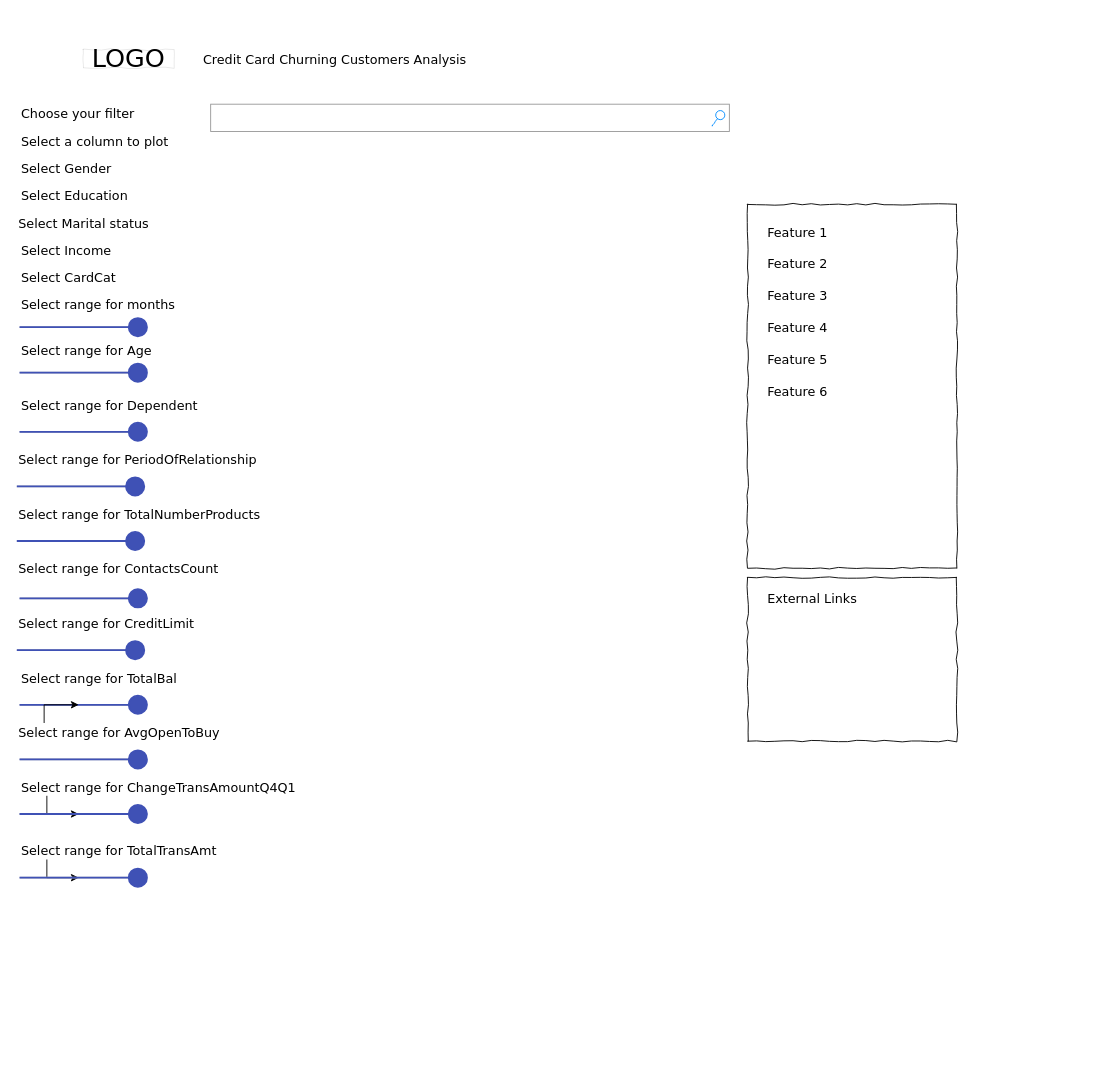
The draw.io diagram Untitled Diagram.drawio in anag23039/BigData-DV, before the edit. Source tidied: cells renumbered, new cells numbered last; positions are measured from the earlier drawing's top-left corner, leaving out a move shared by most shapes. Both pictures are drawn from the tidied source at 91%, with x=0, y=0 at pixel (16, 49). Pictures stored in the file or linked from it are replaced by grey dashed boxes.
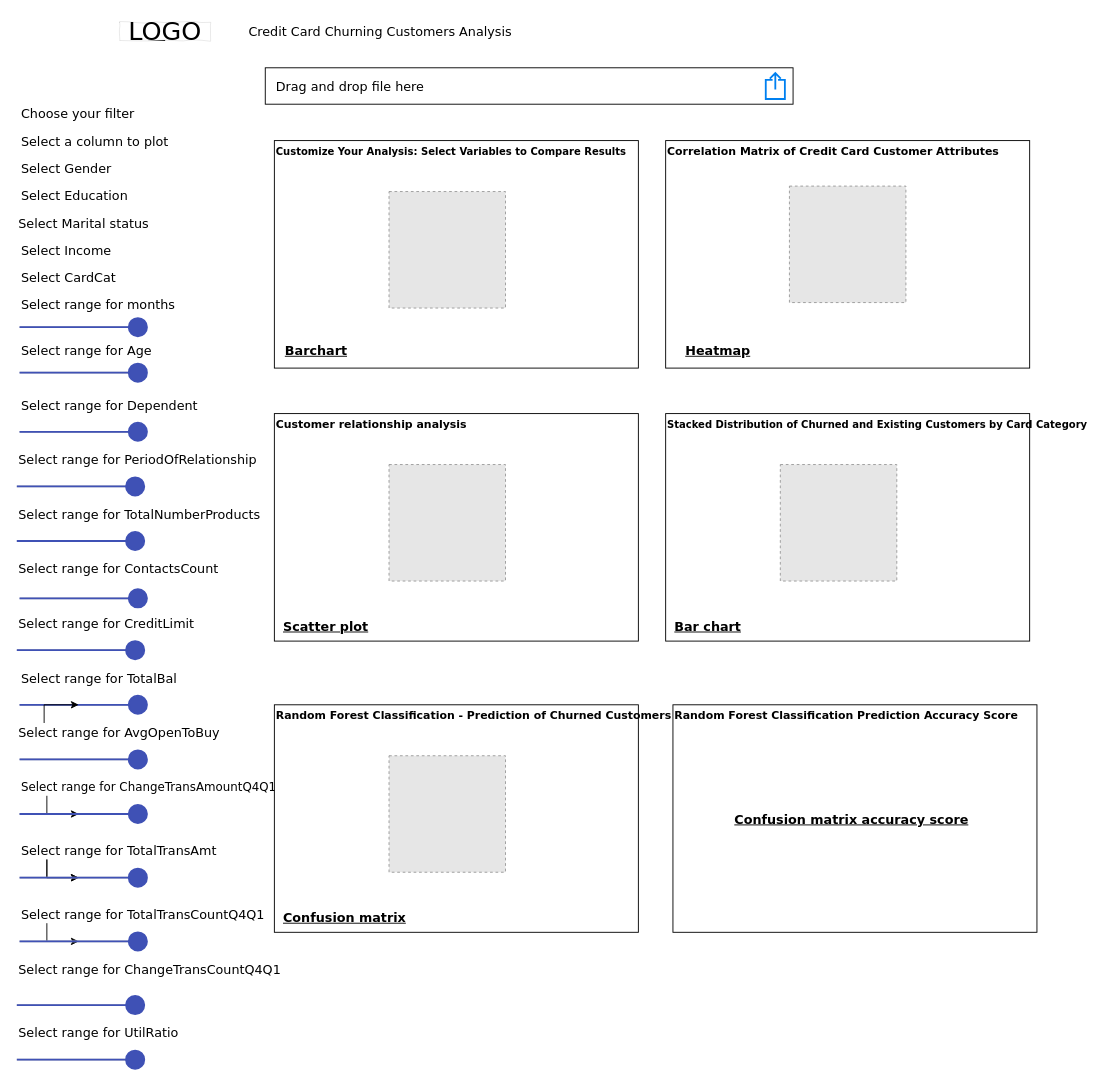
After the change.

Unchanged cells that the change refers to:
```xml
<mxCell id="44" value="Select range for TotalTransAmt" style="text;html=1;points=[];align=left;verticalAlign=top;spacingTop=-4;fontSize=14;fontFamily=Verdana;" parent="1" vertex="1">
  <mxGeometry x="3" y="870" width="60" height="20" as="geometry" />
</mxCell>
<mxCell id="45" style="dashed=0;verticalLabelPosition=bottom;verticalAlign=top;align=center;shape=mxgraph.gmdl.slider2;barPos=100;strokeColor=#3F51B5;opacity=100;strokeWidth=2;fillColor=#3F51B5;handleSize=20;shadow=0;html=1;" parent="1" vertex="1">
  <mxGeometry x="3" y="900" width="130" height="20" as="geometry" />
</mxCell>
```

The edit, as a diff of the source:
```diff
@@
+    <mxCell id="46" style="edgeStyle=orthogonalEdgeStyle;rounded=0;jettySize=auto;html=1;exitX=0.5;exitY=1;exitDx=0;exitDy=0;" parent="1" edge="1" source="2">
+      <mxGeometry relative="1" as="geometry">
+        <mxPoint x="133" y="-30" as="targetPoint" />
+      </mxGeometry>
+    </mxCell>
     <mxCell id="2" value="LOGO" style="whiteSpace=wrap;html=1;rounded=0;shadow=0;labelBackgroundColor=none;strokeWidth=0;fontFamily=Verdana;fontSize=28;align=center;comic=1;" parent="1" vertex="1">
-      <mxGeometry x="73" width="100" height="20" as="geometry" />
+      <mxGeometry x="113" y="-30" width="100" height="20" as="geometry" />
     </mxCell>
-    <mxCell id="3" style="strokeWidth=1;shadow=0;dashed=0;align=center;html=1;shape=mxgraph.mockup.forms.searchBox;strokeColor=#999999;mainText=;strokeColor2=#008cff;fontColor=#666666;fontSize=17;align=left;spacingLeft=3;rounded=0;labelBackgroundColor=none;comic=1;" parent="1" vertex="1">
-      <mxGeometry x="213" y="60" width="570" height="30" as="geometry" />
-    </mxCell>
     <mxCell id="4" value="Credit Card Churning Customers Analysis" style="text;html=1;align=left;verticalAlign=top;spacingTop=-4;fontSize=14;fontFamily=Verdana;" parent="1" vertex="1">
-      <mxGeometry x="203" width="60" height="20" as="geometry" />
+      <mxGeometry x="253" y="-30" width="60" height="20" as="geometry" />
     </mxCell>
@@
-    <mxCell id="6" style="whiteSpace=wrap;html=1;rounded=0;shadow=0;labelBackgroundColor=none;strokeWidth=1;fillColor=none;fontFamily=Verdana;fontSize=12;align=center;comic=1;" parent="1" vertex="1">
-      <mxGeometry x="803" y="170" width="230" height="400" as="geometry" />
-    </mxCell>
-    <mxCell id="7" style="whiteSpace=wrap;html=1;rounded=0;shadow=0;labelBackgroundColor=none;strokeWidth=1;fillColor=none;fontFamily=Verdana;fontSize=12;align=center;comic=1;" parent="1" vertex="1">
-      <mxGeometry x="803" y="580" width="230" height="180" as="geometry" />
-    </mxCell>
@@
-    <mxCell id="15" value="External Links" style="text;html=1;align=left;verticalAlign=top;spacingTop=-4;fontSize=14;fontFamily=Verdana;" parent="1" vertex="1">
-      <mxGeometry x="823" y="593" width="170" height="20" as="geometry" />
-    </mxCell>
-    <mxCell id="16" value="Feature 1" style="text;html=1;align=left;verticalAlign=top;spacingTop=-4;fontSize=14;fontFamily=Verdana;" parent="1" vertex="1">
-      <mxGeometry x="823" y="190" width="170" height="20" as="geometry" />
-    </mxCell>
-    <mxCell id="17" value="Feature 2" style="text;html=1;align=left;verticalAlign=top;spacingTop=-4;fontSize=14;fontFamily=Verdana;" parent="1" vertex="1">
-      <mxGeometry x="823" y="225" width="170" height="20" as="geometry" />
-    </mxCell>
-    <mxCell id="18" value="Feature 3" style="text;html=1;align=left;verticalAlign=top;spacingTop=-4;fontSize=14;fontFamily=Verdana;" parent="1" vertex="1">
-      <mxGeometry x="823" y="260" width="170" height="20" as="geometry" />
-    </mxCell>
-    <mxCell id="19" value="Feature 4" style="text;html=1;align=left;verticalAlign=top;spacingTop=-4;fontSize=14;fontFamily=Verdana;" parent="1" vertex="1">
-      <mxGeometry x="823" y="295" width="170" height="20" as="geometry" />
-    </mxCell>
-    <mxCell id="20" value="Feature 5" style="text;html=1;align=left;verticalAlign=top;spacingTop=-4;fontSize=14;fontFamily=Verdana;" parent="1" vertex="1">
-      <mxGeometry x="823" y="330" width="170" height="20" as="geometry" />
-    </mxCell>
-    <mxCell id="21" value="Feature 6" style="text;html=1;align=left;verticalAlign=top;spacingTop=-4;fontSize=14;fontFamily=Verdana;" parent="1" vertex="1">
-      <mxGeometry x="823" y="365" width="170" height="20" as="geometry" />
-    </mxCell>
@@
-    <mxCell id="41" value="Select range for ChangeTransAmountQ4Q1" style="text;html=1;points=[];align=left;verticalAlign=top;spacingTop=-4;fontSize=14;fontFamily=Verdana;" parent="1" vertex="1">
+    <mxCell id="41" value="Select range for ChangeTransAmountQ4Q1" style="text;html=1;points=[];align=left;verticalAlign=top;spacingTop=-4;fontSize=13;fontFamily=Verdana;" parent="1" vertex="1">
       <mxGeometry x="3" y="800" width="60" height="20" as="geometry" />
     </mxCell>
@@
+    <mxCell id="47" style="edgeStyle=orthogonalEdgeStyle;rounded=0;jettySize=auto;html=1;" parent="1" edge="1" source="44" target="45">
+      <mxGeometry relative="1" as="geometry" />
+    </mxCell>
@@
+    <mxCell id="48" style="edgeStyle=orthogonalEdgeStyle;rounded=0;jettySize=auto;html=1;" parent="1" edge="1" source="49" target="50">
+      <mxGeometry relative="1" as="geometry" />
+    </mxCell>
+    <mxCell id="49" value="Select range for TotalTransCountQ4Q1" style="text;html=1;points=[];align=left;verticalAlign=top;spacingTop=-4;fontSize=14;fontFamily=Verdana;" parent="1" vertex="1">
+      <mxGeometry x="3" y="940" width="60" height="20" as="geometry" />
+    </mxCell>
+    <mxCell id="50" style="dashed=0;verticalLabelPosition=bottom;verticalAlign=top;align=center;shape=mxgraph.gmdl.slider2;barPos=100;strokeColor=#3F51B5;opacity=100;strokeWidth=2;fillColor=#3F51B5;handleSize=20;shadow=0;html=1;" parent="1" vertex="1">
+      <mxGeometry x="3" y="970" width="130" height="20" as="geometry" />
+    </mxCell>
+    <mxCell id="51" value="Select range for ChangeTransCountQ4Q1" style="text;html=1;align=left;verticalAlign=top;spacingTop=-4;fontSize=14;fontFamily=Verdana;" parent="1" vertex="1">
+      <mxGeometry y="1000" width="60" height="20" as="geometry" />
+    </mxCell>
+    <mxCell id="52" style="dashed=0;verticalLabelPosition=bottom;verticalAlign=top;align=center;shape=mxgraph.gmdl.slider2;barPos=100;strokeColor=#3F51B5;opacity=100;strokeWidth=2;fillColor=#3F51B5;handleSize=20;shadow=0;html=1;" parent="1" vertex="1">
+      <mxGeometry y="1100" width="130" height="20" as="geometry" />
+    </mxCell>
+    <mxCell id="53" value="Select range for UtilRatio" style="text;html=1;align=left;verticalAlign=top;spacingTop=-4;fontSize=14;fontFamily=Verdana;" parent="1" vertex="1">
+      <mxGeometry y="1070" width="60" height="20" as="geometry" />
+    </mxCell>
+    <mxCell id="54" style="dashed=0;verticalLabelPosition=bottom;verticalAlign=top;align=center;shape=mxgraph.gmdl.slider2;barPos=100;strokeColor=#3F51B5;opacity=100;strokeWidth=2;fillColor=#3F51B5;handleSize=20;shadow=0;html=1;" parent="1" vertex="1">
+      <mxGeometry y="1040" width="130" height="20" as="geometry" />
+    </mxCell>
+    <mxCell id="55" style="rounded=0;whiteSpace=wrap;html=1;" parent="1" vertex="1">
+      <mxGeometry x="273" y="20" width="580" height="40" as="geometry" />
+    </mxCell>
+    <mxCell id="56" value="Drag and drop file here" style="text;html=1;align=left;verticalAlign=top;spacingTop=-4;fontSize=14;fontFamily=Verdana;" parent="1" vertex="1">
+      <mxGeometry x="283" y="30" width="170" height="20" as="geometry" />
+    </mxCell>
+    <mxCell id="57" style="html=1;verticalLabelPosition=bottom;align=center;labelBackgroundColor=#ffffff;verticalAlign=top;strokeWidth=2;strokeColor=#0080F0;shadow=0;dashed=0;shape=mxgraph.ios7.icons.share;" parent="1" vertex="1">
+      <mxGeometry x="823" y="25.8" width="21" height="28.5" as="geometry" />
+    </mxCell>
+    <mxCell id="58" style="rounded=0;whiteSpace=wrap;html=1;" parent="1" vertex="1">
+      <mxGeometry x="283" y="100" width="400" height="250" as="geometry" />
+    </mxCell>
+    <mxCell id="59" value="&lt;font size=&quot;1&quot; style=&quot;&quot;&gt;&lt;b style=&quot;font-size: 11px;&quot;&gt;Customize Your Analysis: Select Variables to Compare Results&lt;/b&gt;&lt;/font&gt;" style="text;html=1;align=left;verticalAlign=top;spacingTop=-4;fontSize=14;fontFamily=Verdana;" parent="1" vertex="1">
+      <mxGeometry x="283" y="100" width="380" height="20" as="geometry" />
+    </mxCell>
+    <mxCell id="60" style="fillColor=#E6E6E6;strokeColor=#999999;dashed=1;html=1;verticalAlign=top;verticalLabelPosition=bottom;labelBackgroundColor=#ffffff;" parent="1" vertex="1">
+      <mxGeometry x="409" y="156" width="128" height="128" as="geometry" />
+    </mxCell>
+    <mxCell id="61" style="rounded=0;whiteSpace=wrap;html=1;" parent="1" vertex="1">
+      <mxGeometry x="713" y="100" width="400" height="250" as="geometry" />
+    </mxCell>
+    <mxCell id="62" value="&lt;font style=&quot;font-size: 12px;&quot;&gt;&lt;b&gt;Correlation Matrix of Credit Card Customer Attributes&lt;/b&gt;&lt;/font&gt;" style="text;html=1;align=left;verticalAlign=top;spacingTop=-4;fontSize=14;fontFamily=Verdana;" parent="1" vertex="1">
+      <mxGeometry x="713" y="100" width="380" height="20" as="geometry" />
+    </mxCell>
+    <mxCell id="63" style="rounded=0;whiteSpace=wrap;html=1;" parent="1" vertex="1">
+      <mxGeometry x="283" y="400" width="400" height="250" as="geometry" />
+    </mxCell>
+    <mxCell id="64" value="&lt;b&gt;&lt;font style=&quot;font-size: 12px;&quot;&gt;Customer relationship analysis&lt;/font&gt;&lt;/b&gt;" style="text;html=1;align=left;verticalAlign=top;spacingTop=-4;fontSize=14;fontFamily=Verdana;" parent="1" vertex="1">
+      <mxGeometry x="283" y="400" width="380" height="20" as="geometry" />
+    </mxCell>
+    <mxCell id="65" style="fillColor=#E6E6E6;strokeColor=#999999;dashed=1;html=1;verticalAlign=top;verticalLabelPosition=bottom;labelBackgroundColor=#ffffff;" parent="1" vertex="1">
+      <mxGeometry x="409" y="456" width="128" height="128" as="geometry" />
+    </mxCell>
+    <mxCell id="66" style="fillColor=#E6E6E6;strokeColor=#999999;dashed=1;html=1;verticalAlign=top;verticalLabelPosition=bottom;labelBackgroundColor=#ffffff;" parent="1" vertex="1">
+      <mxGeometry x="849" y="150" width="128" height="128" as="geometry" />
+    </mxCell>
+    <mxCell id="67" value="&lt;b&gt;&lt;u&gt;Barchart&lt;/u&gt;&lt;/b&gt;" style="text;html=1;align=left;verticalAlign=top;spacingTop=-4;fontSize=14;fontFamily=Verdana;" parent="1" vertex="1">
+      <mxGeometry x="293" y="320" width="170" height="20" as="geometry" />
+    </mxCell>
+    <mxCell id="68" value="&lt;b&gt;&lt;u&gt;Heatmap&lt;/u&gt;&lt;/b&gt;" style="text;html=1;align=left;verticalAlign=top;spacingTop=-4;fontSize=14;fontFamily=Verdana;" parent="1" vertex="1">
+      <mxGeometry x="733" y="320" width="170" height="20" as="geometry" />
+    </mxCell>
+    <mxCell id="69" value="&lt;b&gt;&lt;u&gt;Scatter plot&lt;/u&gt;&lt;/b&gt;" style="text;html=1;align=left;verticalAlign=top;spacingTop=-4;fontSize=14;fontFamily=Verdana;" parent="1" vertex="1">
+      <mxGeometry x="291" y="623" width="170" height="20" as="geometry" />
+    </mxCell>
+    <mxCell id="70" style="rounded=0;whiteSpace=wrap;html=1;" parent="1" vertex="1">
+      <mxGeometry x="713" y="400" width="400" height="250" as="geometry" />
+    </mxCell>
+    <mxCell id="71" value="&lt;font style=&quot;font-size: 11px;&quot;&gt;&lt;b&gt;Stacked Distribution of Churned and Existing Customers by Card Category&lt;/b&gt;&lt;/font&gt;" style="text;html=1;align=left;verticalAlign=top;spacingTop=-4;fontSize=14;fontFamily=Verdana;" parent="1" vertex="1">
+      <mxGeometry x="713" y="400" width="380" height="20" as="geometry" />
+    </mxCell>
+    <mxCell id="72" style="fillColor=#E6E6E6;strokeColor=#999999;dashed=1;html=1;verticalAlign=top;verticalLabelPosition=bottom;labelBackgroundColor=#ffffff;" parent="1" vertex="1">
+      <mxGeometry x="839" y="456" width="128" height="128" as="geometry" />
+    </mxCell>
+    <mxCell id="73" value="&lt;b&gt;&lt;u&gt;Bar chart&lt;/u&gt;&lt;/b&gt;" style="text;html=1;align=left;verticalAlign=top;spacingTop=-4;fontSize=14;fontFamily=Verdana;" parent="1" vertex="1">
+      <mxGeometry x="721" y="623" width="170" height="20" as="geometry" />
+    </mxCell>
+    <mxCell id="74" style="rounded=0;whiteSpace=wrap;html=1;" parent="1" vertex="1">
+      <mxGeometry x="283" y="720" width="400" height="250" as="geometry" />
+    </mxCell>
+    <mxCell id="75" value="&lt;font style=&quot;font-size: 12px;&quot;&gt;&lt;b&gt;Random Forest Classification - Prediction of Churned Customers&lt;/b&gt;&lt;/font&gt;" style="text;html=1;align=left;verticalAlign=top;spacingTop=-4;fontSize=14;fontFamily=Verdana;" parent="1" vertex="1">
+      <mxGeometry x="283" y="720" width="380" height="20" as="geometry" />
+    </mxCell>
+    <mxCell id="76" style="fillColor=#E6E6E6;strokeColor=#999999;dashed=1;html=1;verticalAlign=top;verticalLabelPosition=bottom;labelBackgroundColor=#ffffff;" parent="1" vertex="1">
+      <mxGeometry x="409" y="776" width="128" height="128" as="geometry" />
+    </mxCell>
+    <mxCell id="77" value="&lt;b&gt;&lt;u&gt;Confusion matrix&lt;/u&gt;&lt;/b&gt;" style="text;html=1;align=left;verticalAlign=top;spacingTop=-4;fontSize=14;fontFamily=Verdana;" parent="1" vertex="1">
+      <mxGeometry x="291" y="943" width="170" height="20" as="geometry" />
+    </mxCell>
+    <mxCell id="78" style="rounded=0;whiteSpace=wrap;html=1;" parent="1" vertex="1">
+      <mxGeometry x="721" y="720" width="400" height="250" as="geometry" />
+    </mxCell>
+    <mxCell id="79" value="&lt;font style=&quot;font-size: 12px;&quot;&gt;&lt;b&gt;Random Forest Classification Prediction Accuracy Score&lt;/b&gt;&lt;/font&gt;" style="text;html=1;align=left;verticalAlign=top;spacingTop=-4;fontSize=14;fontFamily=Verdana;" parent="1" vertex="1">
+      <mxGeometry x="721" y="720" width="380" height="20" as="geometry" />
+    </mxCell>
+    <mxCell id="80" value="&lt;b&gt;&lt;u&gt;Confusion matrix accuracy score&lt;/u&gt;&lt;/b&gt;" style="text;html=1;align=center;verticalAlign=top;spacingTop=-4;fontSize=14;fontFamily=Verdana;" parent="1" vertex="1">
+      <mxGeometry x="721" y="835" width="392" height="20" as="geometry" />
+    </mxCell>
```
